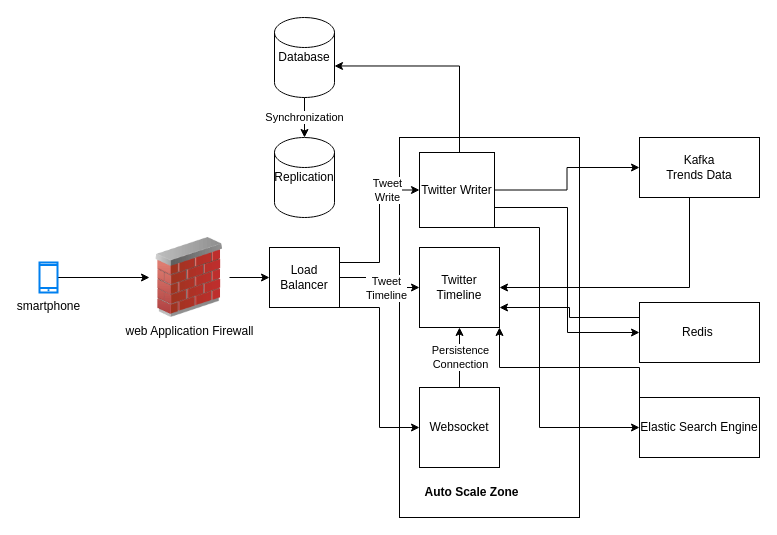
Before: diagram.drawio in teten-nugraha/sample-design-system, a draw.io diagram. Source tidied: cells renumbered, new cells numbered last; positions are measured from the earlier drawing's top-left corner, leaving out a move shared by most shapes. Both pictures are drawn from the tidied source at 100%, with x=0, y=0 at pixel (39, 17).
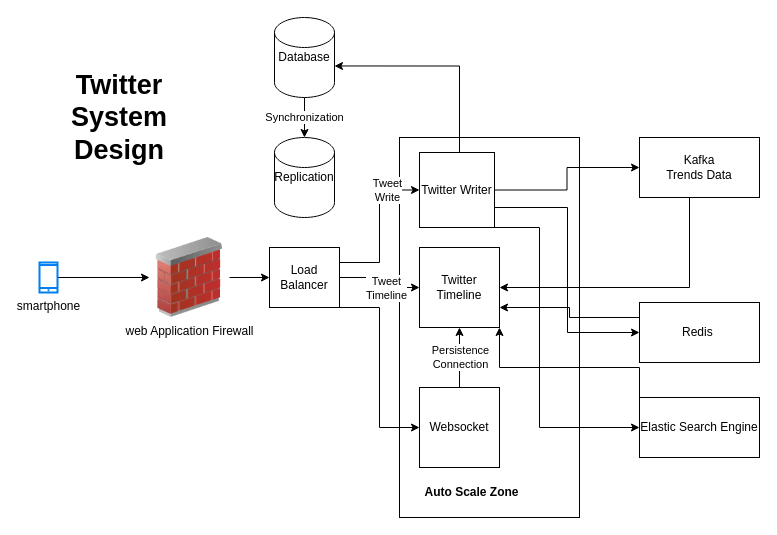
The same diagram, later.

What changed in the source:
```diff
@@
+    <mxCell id="32" value="&lt;font style=&quot;font-size: 27px&quot;&gt;&lt;b&gt;Twitter System&lt;br&gt;Design&lt;/b&gt;&lt;/font&gt;" style="text;html=1;strokeColor=none;fillColor=none;align=center;verticalAlign=middle;whiteSpace=wrap;rounded=0;" parent="1" vertex="1">
+      <mxGeometry x="60" y="90" width="40" height="20" as="geometry" />
+    </mxCell>
```
